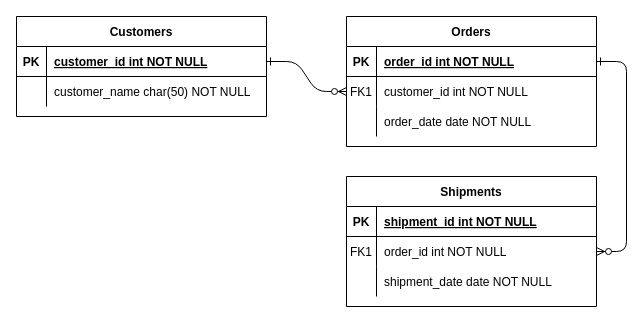
Above: plansupri_scheme.drawio in HeyLuska/My-projects (draw.io), before the change. Source tidied: cells renumbered, new cells numbered last; positions are measured from the earlier drawing's top-left corner, leaving out a move shared by most shapes. Both pictures are drawn from the tidied source at 100%, with x=0, y=0 at pixel (16, 16).
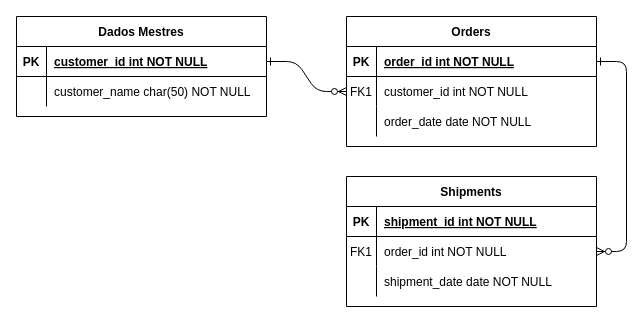
Above is the later version.

Change to the diagram source:
```diff
@@
-    <mxCell id="24" value="Customers" style="shape=table;startSize=30;childLayout=tableLayout;rowLines=0;fontStyle=1;align=center;" parent="1" vertex="1">
+    <mxCell id="24" value="Dados Mestres" style="shape=table;startSize=30;childLayout=tableLayout;rowLines=0;fontStyle=1;align=center;" parent="1" vertex="1">
       <mxGeometry width="250" height="100" as="geometry" />
     </mxCell>
```
